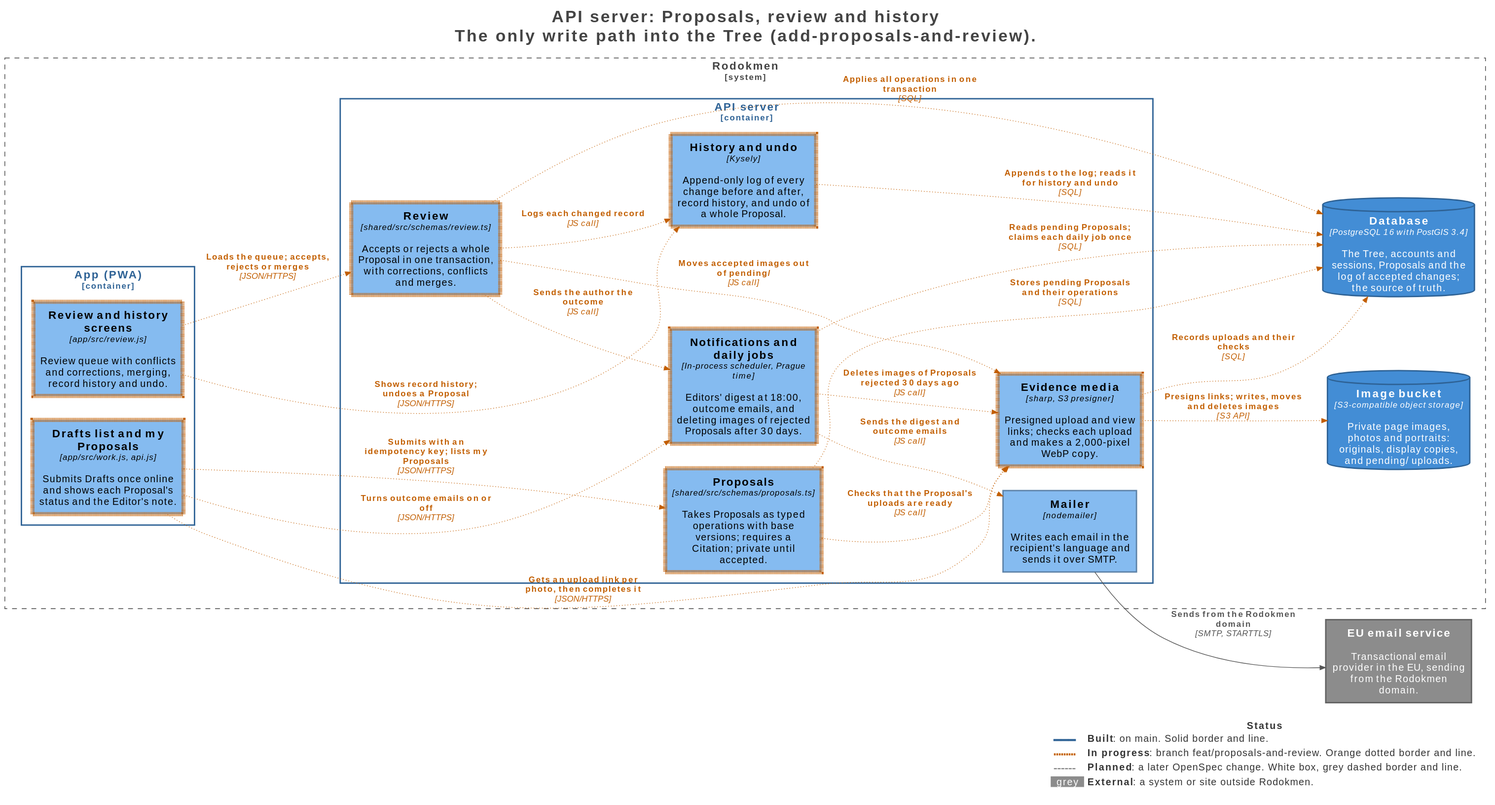
Before: docs/architecture/generated/svg/10-api-write-path.svg, a diagram exported from PlantUML (xjrk58/rodokmen-app). Its diagram source:
```plantuml
@startuml
title <size:24>API server: Proposals, review and history</size>\n<size:24>The only write path into the Tree (add-proposals-and-review).</size>

set separator none
left to right direction

skinparam {
}

<style>
  root {
    BackgroundColor: #ffffff
    FontColor: #444444
  }
</style>

!include <C4/C4>
!include <C4/C4_Context>
!include <C4/C4_Container>
!include <C4/C4_Component>

!include ../../legend.puml

AddElementTag("Software System,External,Built", $bgColor="#8c8c8c", $borderColor="#616161", $fontColor="#ffffff", $sprite="", $shadowing="", $borderStyle="solid", $borderThickness="2")
AddElementTag("Component,In progress", $bgColor="#85bbf0", $borderColor="#c25e00", $fontColor="#000000", $sprite="", $shadowing="", $borderStyle="dotted", $borderThickness="6")
AddElementTag("Container,Built,Data store", $bgColor="#438dd5", $borderColor="#2e6295", $fontColor="#ffffff", $sprite="", $shadowing="", $borderStyle="solid", $borderThickness="2")
AddElementTag("Component,Built", $bgColor="#85bbf0", $borderColor="#5d82a8", $fontColor="#000000", $sprite="", $shadowing="", $borderStyle="solid", $borderThickness="2")

AddRelTag("Built", $textColor="#555555", $lineColor="#555555", $lineStyle = "")
AddRelTag("In progress", $textColor="#c25e00", $lineColor="#c25e00", $lineStyle = DottedLine())

AddBoundaryTag("Container,Built,Browser", $bgColor="#ffffff", $borderColor="#2e6295", $fontColor="#2e6295", $shadowing="", $borderStyle="solid", $borderThickness="2")
AddBoundaryTag("Container,Built", $bgColor="#ffffff", $borderColor="#2e6295", $fontColor="#2e6295", $shadowing="", $borderStyle="solid", $borderThickness="2")

System(EUemailservice, "EU email service", $descr="Transactional email provider in the EU, sending from the Rodokmen domain.", $tags="Software System,External,Built", $link="")

System_Boundary("Rodokmen_boundary", "Rodokmen", $tags="Software System,Built") {
  Container_Boundary("Rodokmen.APIserver_boundary", "API server", $tags="Container,Built") {
    Component(Rodokmen.APIserver.Mailer, "Mailer", $techn="nodemailer", $descr="Writes each email in the recipient's language and sends it over SMTP.", $tags="Component,Built", $link="")
    Component(Rodokmen.APIserver.Proposals, "Proposals", $techn="shared/src/schemas/proposals.ts", $descr="Takes Proposals as typed operations with base versions; requires a Citation; private until accepted.", $tags="Component,In progress", $link="")
    Component(Rodokmen.APIserver.Review, "Review", $techn="shared/src/schemas/review.ts", $descr="Accepts or rejects a whole Proposal in one transaction, with corrections, conflicts and merges.", $tags="Component,In progress", $link="")
    Component(Rodokmen.APIserver.Historyandundo, "History and undo", $techn="Kysely", $descr="Append-only log of every change before and after, record history, and undo of a whole Proposal.", $tags="Component,In progress", $link="")
    Component(Rodokmen.APIserver.Evidencemedia, "Evidence media", $techn="sharp, S3 presigner", $descr="Presigned upload and view links; checks each upload and makes a 2,000-pixel WebP copy.", $tags="Component,In progress", $link="")
    Component(Rodokmen.APIserver.Notificationsanddailyjobs, "Notifications and daily jobs", $techn="In-process scheduler, Prague time", $descr="Editors' digest at 18:00, outcome emails, and deleting images of rejected Proposals after 30 days.", $tags="Component,In progress", $link="")
  }

  Container_Boundary("Rodokmen.AppPWA_boundary", "App (PWA)", $tags="Container,Built,Browser") {
    Component(Rodokmen.AppPWA.DraftslistandmyProposals, "Drafts list and my Proposals", $techn="app/src/work.js, api.js", $descr="Submits Drafts once online and shows each Proposal's status and the Editor's note.", $tags="Component,In progress", $link="")
    Component(Rodokmen.AppPWA.Reviewandhistoryscreens, "Review and history screens", $techn="app/src/review.js", $descr="Review queue with conflicts and corrections, merging, record history and undo.", $tags="Component,In progress", $link="")
  }

  ContainerDb(Rodokmen.Database, "Database", $techn="PostgreSQL 16 with PostGIS 3.4", $descr="The Tree, accounts and sessions, Proposals and the log of accepted changes; the source of truth.", $tags="Container,Built,Data store", $link="")
  ContainerDb(Rodokmen.Imagebucket, "Image bucket", $techn="S3-compatible object storage", $descr="Private page images, photos and portraits: originals, display copies, and pending/ uploads.", $tags="Container,Built,Data store", $link="")
}

Rel(Rodokmen.AppPWA.DraftslistandmyProposals, Rodokmen.APIserver.Evidencemedia, "Gets an upload link per photo, then completes it", $techn="JSON/HTTPS", $tags="In progress", $link="")
Rel(Rodokmen.AppPWA.DraftslistandmyProposals, Rodokmen.APIserver.Proposals, "Submits with an idempotency key; lists my Proposals", $techn="JSON/HTTPS", $tags="In progress", $link="")
Rel(Rodokmen.AppPWA.DraftslistandmyProposals, Rodokmen.APIserver.Notificationsanddailyjobs, "Turns outcome emails on or off", $techn="JSON/HTTPS", $tags="In progress", $link="")
Rel(Rodokmen.AppPWA.Reviewandhistoryscreens, Rodokmen.APIserver.Review, "Loads the queue; accepts, rejects or merges", $techn="JSON/HTTPS", $tags="In progress", $link="")
Rel(Rodokmen.AppPWA.Reviewandhistoryscreens, Rodokmen.APIserver.Historyandundo, "Shows record history; undoes a Proposal", $techn="JSON/HTTPS", $tags="In progress", $link="")
Rel(Rodokmen.APIserver.Mailer, EUemailservice, "Sends from the Rodokmen domain", $techn="SMTP, STARTTLS", $tags="Built", $link="")
Rel(Rodokmen.APIserver.Proposals, Rodokmen.Database, "Stores pending Proposals and their operations", $techn="SQL", $tags="In progress", $link="")
Rel(Rodokmen.APIserver.Proposals, Rodokmen.APIserver.Evidencemedia, "Checks that the Proposal's uploads are ready", $techn="JS call", $tags="In progress", $link="")
Rel(Rodokmen.APIserver.Review, Rodokmen.Database, "Applies all operations in one transaction", $techn="SQL", $tags="In progress", $link="")
Rel(Rodokmen.APIserver.Review, Rodokmen.APIserver.Historyandundo, "Logs each changed record", $techn="JS call", $tags="In progress", $link="")
Rel(Rodokmen.APIserver.Review, Rodokmen.APIserver.Evidencemedia, "Moves accepted images out of pending/", $techn="JS call", $tags="In progress", $link="")
Rel(Rodokmen.APIserver.Review, Rodokmen.APIserver.Notificationsanddailyjobs, "Sends the author the outcome", $techn="JS call", $tags="In progress", $link="")
Rel(Rodokmen.APIserver.Historyandundo, Rodokmen.Database, "Appends to the log; reads it for history and undo", $techn="SQL", $tags="In progress", $link="")
Rel(Rodokmen.APIserver.Evidencemedia, Rodokmen.Database, "Records uploads and their checks", $techn="SQL", $tags="In progress", $link="")
Rel(Rodokmen.APIserver.Evidencemedia, Rodokmen.Imagebucket, "Presigns links; writes, moves and deletes images", $techn="S3 API", $tags="In progress", $link="")
Rel(Rodokmen.APIserver.Notificationsanddailyjobs, Rodokmen.Database, "Reads pending Proposals; claims each daily job once", $techn="SQL", $tags="In progress", $link="")
Rel(Rodokmen.APIserver.Notificationsanddailyjobs, Rodokmen.APIserver.Mailer, "Sends the digest and outcome emails", $techn="JS call", $tags="In progress", $link="")
Rel(Rodokmen.APIserver.Notificationsanddailyjobs, Rodokmen.APIserver.Evidencemedia, "Deletes images of Proposals rejected 30 days ago", $techn="JS call", $tags="In progress", $link="")

SHOW_LEGEND(true)
hide stereotypes
@enduml
```
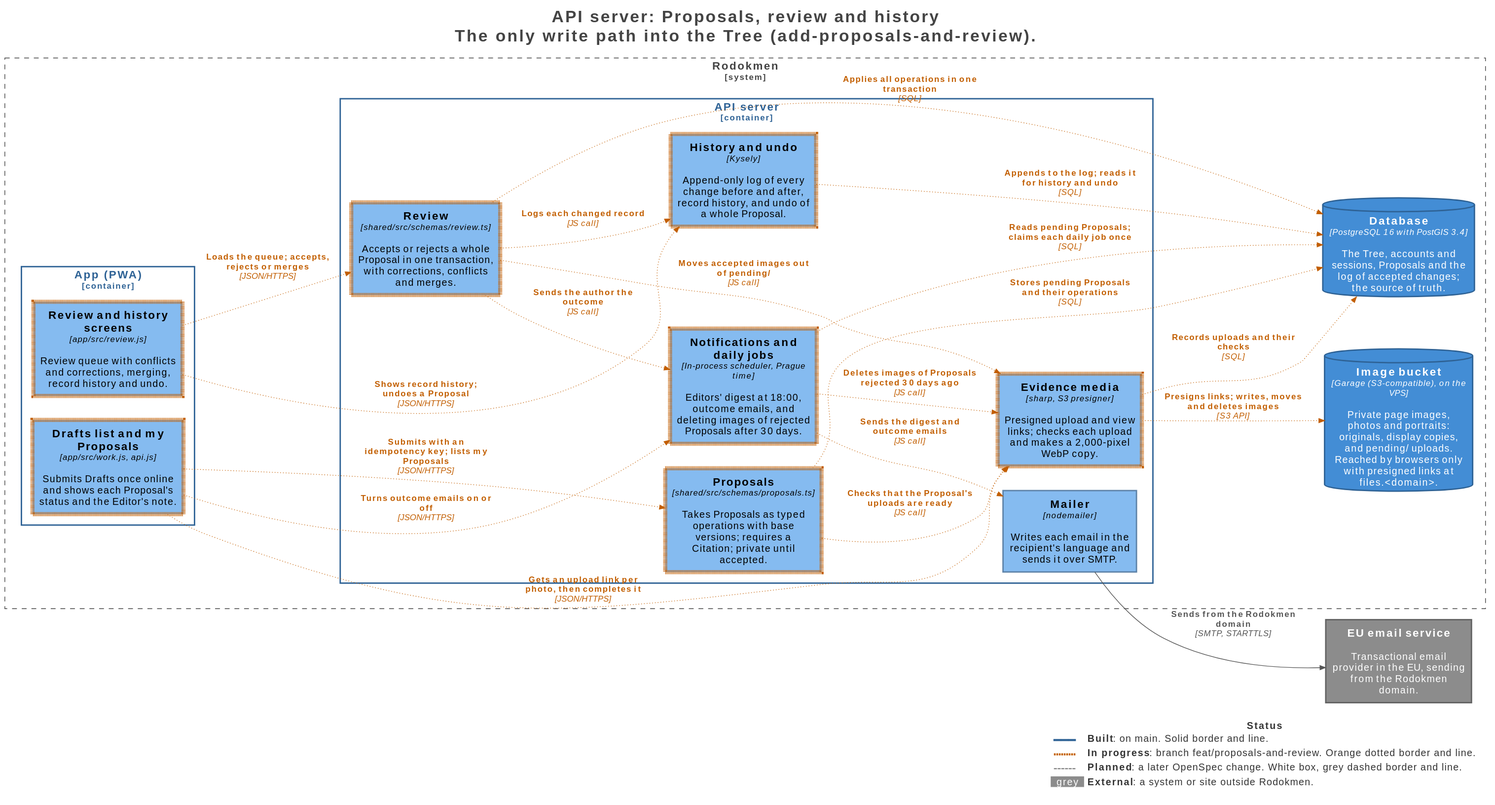
The same file after the commit.

The edit, as a diff of the source:
```diff
@@ -50,7 +50,7 @@
   }
 
   ContainerDb(Rodokmen.Database, "Database", $techn="PostgreSQL 16 with PostGIS 3.4", $descr="The Tree, accounts and sessions, Proposals and the log of accepted changes; the source of truth.", $tags="Container,Built,Data store", $link="")
-  ContainerDb(Rodokmen.Imagebucket, "Image bucket", $techn="S3-compatible object storage", $descr="Private page images, photos and portraits: originals, display copies, and pending/ uploads.", $tags="Container,Built,Data store", $link="")
+  ContainerDb(Rodokmen.Imagebucket, "Image bucket", $techn="Garage (S3-compatible), on the VPS", $descr="Private page images, photos and portraits: originals, display copies, and pending/ uploads. Reached by browsers only with presigned links at files.<domain>.", $tags="Container,Built,Data store", $link="")
 }
 
 Rel(Rodokmen.AppPWA.DraftslistandmyProposals, Rodokmen.APIserver.Evidencemedia, "Gets an upload link per photo, then completes it", $techn="JSON/HTTPS", $tags="In progress", $link="")
```
